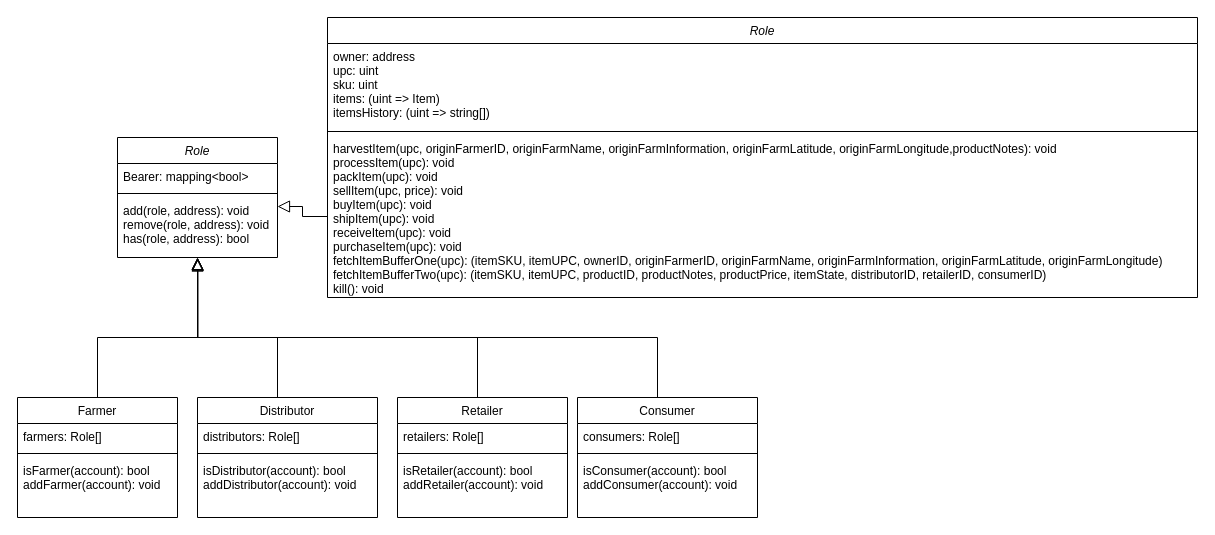
Before: uml/coffee-class.drawio in sevehooker/blockchain-coffee, a draw.io diagram. Source tidied: cells renumbered, new cells numbered last; positions are measured from the earlier drawing's top-left corner, leaving out a move shared by most shapes. Both pictures are drawn from the tidied source at 100%, with x=0, y=0 at pixel (17, 17).
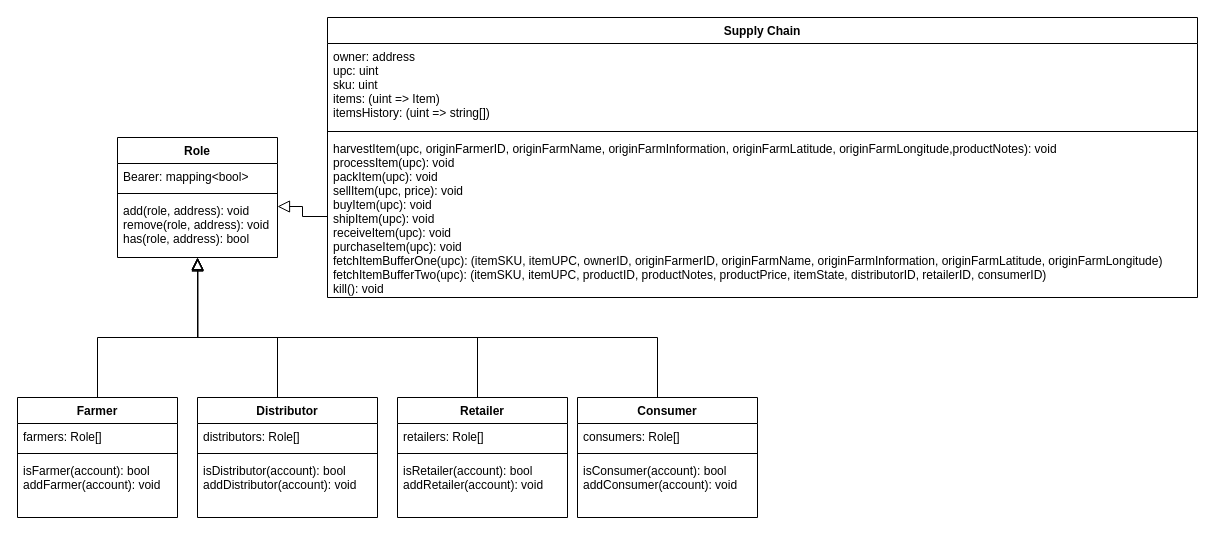
The same page after the edit.

Diff of the diagram source:
```diff
@@
-    <mxCell id="2" value="Role" style="swimlane;fontStyle=2;align=center;verticalAlign=top;horizontal=1;startSize=26;rounded=0;shadow=0;strokeWidth=1;" parent="1" vertex="1">
+    <mxCell id="2" value="Role" style="swimlane;fontStyle=1;align=center;verticalAlign=top;horizontal=1;startSize=26;rounded=0;shadow=0;strokeWidth=1;" parent="1" vertex="1">
       <mxGeometry x="100" y="120" width="160" height="120" as="geometry" />
     </mxCell>
@@
-    <mxCell id="6" value="Farmer" style="swimlane;fontStyle=0;align=center;verticalAlign=top;horizontal=1;startSize=26;rounded=0;shadow=0;strokeWidth=1;" parent="1" vertex="1">
+    <mxCell id="6" value="Farmer" style="swimlane;fontStyle=1;align=center;verticalAlign=top;horizontal=1;startSize=26;rounded=0;shadow=0;strokeWidth=1;" parent="1" vertex="1">
       <mxGeometry y="380" width="160" height="120" as="geometry" />
     </mxCell>
@@
-    <mxCell id="11" value="Distributor" style="swimlane;fontStyle=0;align=center;verticalAlign=top;horizontal=1;startSize=26;rounded=0;shadow=0;strokeWidth=1;" parent="1" vertex="1">
+    <mxCell id="11" value="Distributor" style="swimlane;fontStyle=1;align=center;verticalAlign=top;horizontal=1;startSize=26;rounded=0;shadow=0;strokeWidth=1;" parent="1" vertex="1">
       <mxGeometry x="180" y="380" width="180" height="120" as="geometry" />
     </mxCell>
@@
-    <mxCell id="17" value="Consumer" style="swimlane;fontStyle=0;align=center;verticalAlign=top;horizontal=1;startSize=26;rounded=0;shadow=0;strokeWidth=1;" parent="1" vertex="1">
+    <mxCell id="17" value="Consumer" style="swimlane;fontStyle=1;align=center;verticalAlign=top;horizontal=1;startSize=26;rounded=0;shadow=0;strokeWidth=1;" parent="1" vertex="1">
       <mxGeometry x="560" y="380" width="180" height="120" as="geometry" />
     </mxCell>
@@
-    <mxCell id="22" value="Retailer" style="swimlane;fontStyle=0;align=center;verticalAlign=top;horizontal=1;startSize=26;rounded=0;shadow=0;strokeWidth=1;" parent="1" vertex="1">
+    <mxCell id="22" value="Retailer" style="swimlane;fontStyle=1;align=center;verticalAlign=top;horizontal=1;startSize=26;rounded=0;shadow=0;strokeWidth=1;" parent="1" vertex="1">
       <mxGeometry x="380" y="380" width="170" height="120" as="geometry" />
     </mxCell>
@@
-    <mxCell id="26" value="Role" style="swimlane;fontStyle=2;align=center;verticalAlign=top;horizontal=1;startSize=26;rounded=0;shadow=0;strokeWidth=1;" parent="1" vertex="1">
+    <mxCell id="26" value="Supply Chain" style="swimlane;fontStyle=1;align=center;verticalAlign=top;horizontal=1;startSize=26;rounded=0;shadow=0;strokeWidth=1;" parent="1" vertex="1">
       <mxGeometry x="310" width="870" height="280" as="geometry" />
     </mxCell>
```
